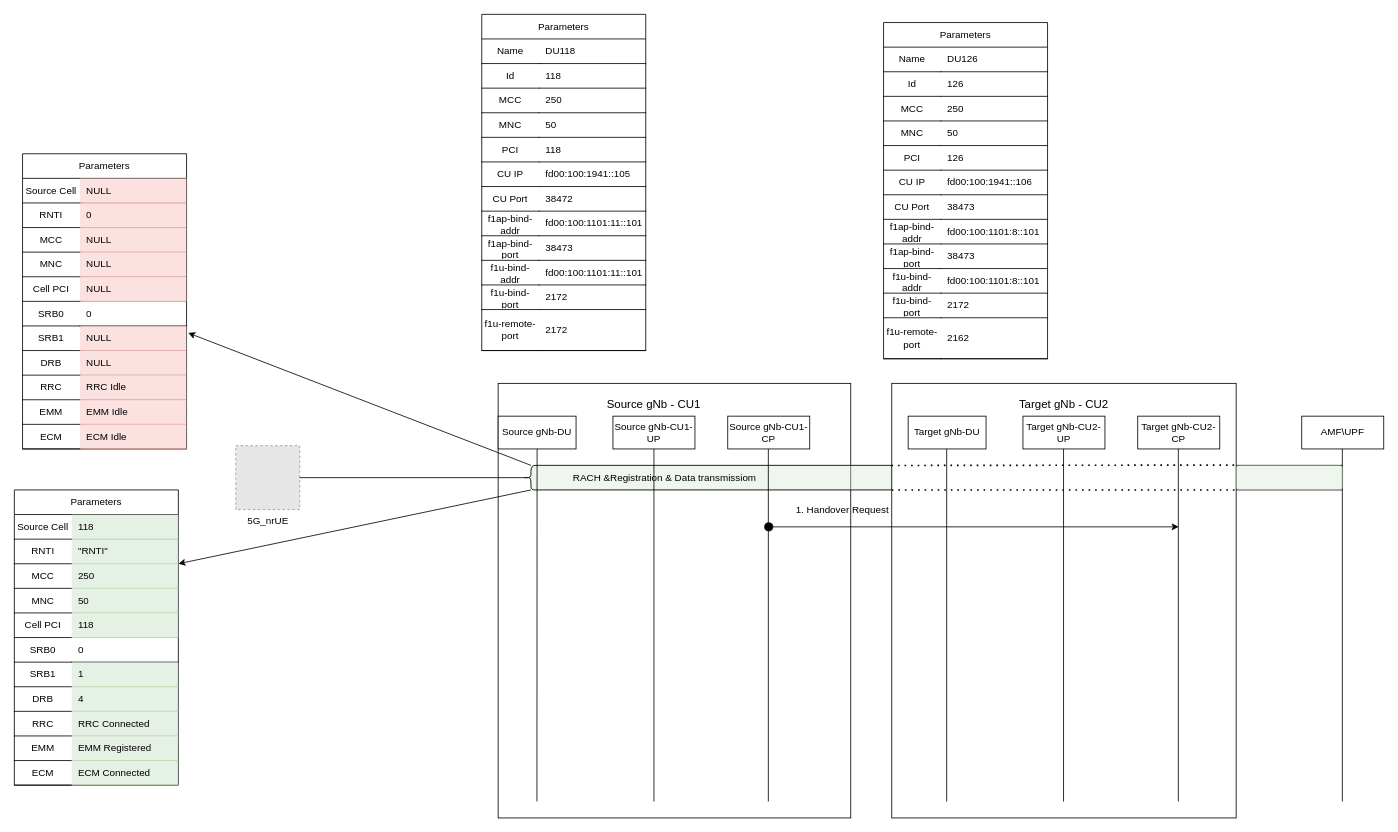
Above: Inter_CU_Handover.drawio in fzybot/draw_io_schemes (draw.io), before the change. Source tidied: cells renumbered, new cells numbered last; positions are measured from the earlier drawing's top-left corner, leaving out a move shared by most shapes. Both pictures are drawn from the tidied source at 82%, with x=0, y=0 at pixel (14, 14). Pictures stored in the file or linked from it are replaced by grey dashed boxes.
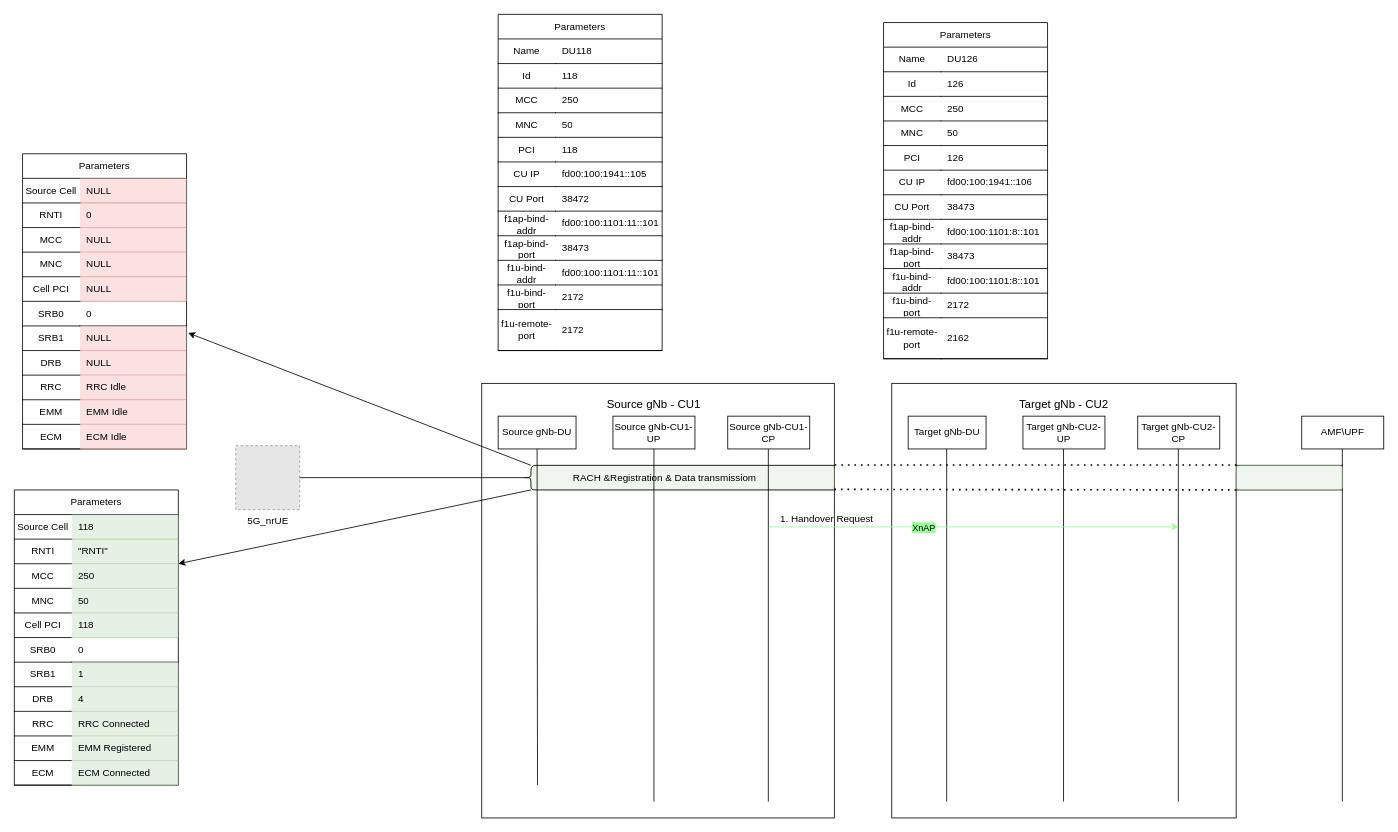
The same page after the edit.

The change refers to these unchanged cells:
```xml
<mxCell id="6" style="rounded=0;whiteSpace=wrap;html=1;fillColor=none;" parent="1" vertex="1">
  <mxGeometry x="1070" y="450" width="420" height="530" as="geometry" />
</mxCell>
<mxCell id="8" value="Source gNb-DU" style="rounded=0;whiteSpace=wrap;html=1;" parent="1" vertex="1">
  <mxGeometry x="590" y="490" width="95" height="40" as="geometry" />
</mxCell>
```

What changed in the source:
```diff
@@
     <mxCell id="2" style="rounded=0;whiteSpace=wrap;html=1;fillColor=none;strokeColor=default;glass=0;shadow=0;" parent="1" vertex="1">
-      <mxGeometry x="590" y="450" width="430" height="530" as="geometry" />
+      <mxGeometry x="570" y="450" width="430" height="530" as="geometry" />
     </mxCell>
-    <mxCell id="3" style="ellipse;whiteSpace=wrap;html=1;fillColor=#000000;" parent="2" vertex="1">
-      <mxGeometry x="325" y="170" width="10" height="10" as="geometry" />
-    </mxCell>
     <mxCell id="4" style="rounded=1;whiteSpace=wrap;html=1;fillColor=#d5e8d4;strokeColor=#82b366;opacity=40;shadow=0;" parent="1" vertex="1">
-      <mxGeometry x="630" y="550" width="440" height="30" as="geometry" />
+      <mxGeometry x="630" y="550" width="370" height="30" as="geometry" />
     </mxCell>
@@
-    <mxCell id="15" style="endArrow=none;html=1;rounded=0;entryX=0.5;entryY=1;entryDx=0;entryDy=0;exitX=0.11;exitY=0.962;exitDx=0;exitDy=0;exitPerimeter=0;" parent="1" edge="1" source="2" target="8">
-      <mxGeometry relative="1" as="geometry" />
+    <mxCell id="15" style="endArrow=none;html=1;rounded=0;entryX=0.5;entryY=1;entryDx=0;entryDy=0;" parent="1" edge="1" target="8">
+      <mxGeometry relative="1" as="geometry">
+        <mxPoint x="638" y="940" as="sourcePoint" />
+      </mxGeometry>
     </mxCell>
@@
-    <mxCell id="22" value="Parameters" style="swimlane;fontStyle=0;horizontal=1;startSize=30;whiteSpace=wrap;html=1;" parent="1" vertex="1">
-      <mxGeometry x="570" width="200" height="410" as="geometry" />
+    <mxCell id="22" value="Parameters" style="swimlane;fontStyle=0;horizontal=1;startSize=30;whiteSpace=wrap;html=1;fillStyle=auto;" parent="1" vertex="1">
+      <mxGeometry x="590" width="200" height="410" as="geometry" />
     </mxCell>
@@
     <mxCell id="97" style="endArrow=none;html=1;rounded=0;" parent="1" edge="1">
       <mxGeometry relative="1" as="geometry">
         <mxPoint x="640" y="550" as="sourcePoint" />
-        <mxPoint x="1070" y="550" as="targetPoint" />
+        <mxPoint x="1000" y="550" as="targetPoint" />
       </mxGeometry>
     </mxCell>
-    <mxCell id="98" style="endArrow=none;dashed=1;html=1;dashPattern=1 3;strokeWidth=2;rounded=0;exitX=-0.001;exitY=0.189;exitDx=0;exitDy=0;exitPerimeter=0;entryX=1.002;entryY=0.188;entryDx=0;entryDy=0;entryPerimeter=0;" parent="1" edge="1" source="6" target="6">
+    <mxCell id="98" style="endArrow=none;dashed=1;html=1;dashPattern=1 3;strokeWidth=2;rounded=0;exitX=1.001;exitY=0.188;exitDx=0;exitDy=0;exitPerimeter=0;entryX=1.002;entryY=0.188;entryDx=0;entryDy=0;entryPerimeter=0;" parent="1" edge="1" source="2" target="6">
       <mxGeometry relative="1" as="geometry" />
     </mxCell>
@@
     <mxCell id="100" style="endArrow=none;html=1;rounded=0;" parent="1" edge="1">
       <mxGeometry relative="1" as="geometry">
         <mxPoint x="640" y="580" as="sourcePoint" />
-        <mxPoint x="1070" y="580" as="targetPoint" />
+        <mxPoint x="1000" y="580" as="targetPoint" />
       </mxGeometry>
     </mxCell>
-    <mxCell id="101" style="endArrow=none;dashed=1;html=1;dashPattern=1 3;strokeWidth=2;rounded=0;exitX=-0.001;exitY=0.189;exitDx=0;exitDy=0;exitPerimeter=0;entryX=1.002;entryY=0.188;entryDx=0;entryDy=0;entryPerimeter=0;" parent="1" edge="1">
+    <mxCell id="101" style="endArrow=none;dashed=1;html=1;dashPattern=1 3;strokeWidth=2;rounded=0;exitX=1;exitY=0.244;exitDx=0;exitDy=0;exitPerimeter=0;entryX=1.002;entryY=0.188;entryDx=0;entryDy=0;entryPerimeter=0;" parent="1" edge="1" source="2">
       <mxGeometry relative="1" as="geometry">
-        <mxPoint x="1070" y="580" as="sourcePoint" />
         <mxPoint x="1491" y="580" as="targetPoint" />
       </mxGeometry>
     </mxCell>
@@
-    <mxCell id="177" style="endArrow=classic;html=1;rounded=0;exitX=1;exitY=0.5;exitDx=0;exitDy=0;" parent="1" edge="1" source="3">
+    <mxCell id="177" style="endArrow=classic;html=1;rounded=0;fillColor=#60a917;strokeColor=#99FF99;jumpSize=6;arcSize=20;" parent="1" edge="1">
       <mxGeometry relative="1" as="geometry">
+        <mxPoint x="920" y="625" as="sourcePoint" />
         <mxPoint x="1420" y="625" as="targetPoint" />
       </mxGeometry>
     </mxCell>
+    <mxCell id="179" value="XnAP" style="edgeLabel;html=1;align=center;verticalAlign=middle;labelBackgroundColor=#99FF99;" parent="177" vertex="1">
+      <mxGeometry x="-0.09" y="1" relative="1" as="geometry">
+        <mxPoint x="-40" y="1" as="offset" />
+      </mxGeometry>
+    </mxCell>
     <mxCell id="178" value="1. Handover Request" style="text;html=1;strokeColor=none;fillColor=none;align=center;verticalAlign=middle;whiteSpace=wrap;rounded=0;" parent="1" vertex="1">
-      <mxGeometry x="930" y="590" width="160" height="30" as="geometry" />
+      <mxGeometry x="922.4" y="600" width="137.6" height="30" as="geometry" />
     </mxCell>
```
